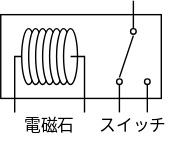
Above: RelayComputer/img/relay.drawio.svg in Next-MICON/Next-MOCON.github.io (draw.io), before the change. Source tidied: cells renumbered, new cells last; positions are measured from the earlier drawing's top-left corner, leaving out a move shared by most shapes. The source it was exported from:
```xml
<mxGraphModel>
  <root>
    <mxCell id="0" />
    <mxCell id="1" parent="0" />
    <mxCell id="2" style="rounded=0;whiteSpace=wrap;html=1;fillColor=none;direction=north;" parent="1" vertex="1">
      <mxGeometry y="10" width="115" height="60" as="geometry" />
    </mxCell>
    <mxCell id="3" style="ellipse;whiteSpace=wrap;html=1;direction=north;" parent="1" vertex="1">
      <mxGeometry x="15" y="20" width="10" height="40" as="geometry" />
    </mxCell>
    <mxCell id="4" value="電磁石" style="text;html=1;strokeColor=none;fillColor=none;align=center;verticalAlign=middle;whiteSpace=wrap;rounded=0;rotation=0;" parent="1" vertex="1">
      <mxGeometry x="15" y="80" width="40" height="20" as="geometry" />
    </mxCell>
    <mxCell id="5" style="ellipse;whiteSpace=wrap;html=1;fillColor=#FFFFFF;" parent="1" vertex="1">
      <mxGeometry x="83" y="56" width="4" height="4" as="geometry" />
    </mxCell>
    <mxCell id="6" style="ellipse;whiteSpace=wrap;html=1;fillColor=#FFFFFF;" parent="1" vertex="1">
      <mxGeometry x="93" y="20" width="4" height="4" as="geometry" />
    </mxCell>
    <mxCell id="7" style="ellipse;whiteSpace=wrap;html=1;fillColor=#FFFFFF;" parent="1" vertex="1">
      <mxGeometry x="103" y="56" width="4" height="4" as="geometry" />
    </mxCell>
    <mxCell id="8" value="スイッチ" style="text;html=1;strokeColor=none;fillColor=none;align=center;verticalAlign=middle;whiteSpace=wrap;rounded=0;rotation=0;" parent="1" vertex="1">
      <mxGeometry x="65" y="80" width="60" height="20" as="geometry" />
    </mxCell>
    <mxCell id="9" style="ellipse;whiteSpace=wrap;html=1;direction=north;" parent="1" vertex="1">
      <mxGeometry x="20" y="20" width="10" height="40" as="geometry" />
    </mxCell>
    <mxCell id="10" style="ellipse;whiteSpace=wrap;html=1;direction=north;" parent="1" vertex="1">
      <mxGeometry x="25" y="20" width="10" height="40" as="geometry" />
    </mxCell>
    <mxCell id="11" style="ellipse;whiteSpace=wrap;html=1;direction=north;" parent="1" vertex="1">
      <mxGeometry x="30" y="20" width="10" height="40" as="geometry" />
    </mxCell>
    <mxCell id="12" style="ellipse;whiteSpace=wrap;html=1;direction=north;" parent="1" vertex="1">
      <mxGeometry x="35" y="20" width="10" height="40" as="geometry" />
    </mxCell>
    <mxCell id="13" style="ellipse;whiteSpace=wrap;html=1;direction=north;" parent="1" vertex="1">
      <mxGeometry x="40" y="20" width="10" height="40" as="geometry" />
    </mxCell>
    <mxCell id="14" style="endArrow=none;html=1;rounded=0;" parent="1" edge="1">
      <mxGeometry relative="1" as="geometry">
        <mxPoint x="10" y="80" as="sourcePoint" />
        <mxPoint x="15" y="40" as="targetPoint" />
        <Array as="points">
          <mxPoint x="10" y="40" />
        </Array>
      </mxGeometry>
    </mxCell>
    <mxCell id="15" style="ellipse;whiteSpace=wrap;html=1;direction=north;" parent="1" vertex="1">
      <mxGeometry x="45" y="20" width="10" height="40" as="geometry" />
    </mxCell>
    <mxCell id="16" style="endArrow=none;html=1;rounded=0;" parent="1" edge="1">
      <mxGeometry relative="1" as="geometry">
        <mxPoint x="50" y="40" as="sourcePoint" />
        <mxPoint x="60" y="80" as="targetPoint" />
        <Array as="points">
          <mxPoint x="60" y="40" />
        </Array>
      </mxGeometry>
    </mxCell>
    <mxCell id="17" style="endArrow=none;html=1;" parent="1" edge="1">
      <mxGeometry relative="1" as="geometry">
        <mxPoint x="85" y="80" as="sourcePoint" />
        <mxPoint x="85" y="60" as="targetPoint" />
      </mxGeometry>
    </mxCell>
    <mxCell id="18" style="endArrow=none;html=1;" parent="1" edge="1">
      <mxGeometry relative="1" as="geometry">
        <mxPoint x="105" y="80" as="sourcePoint" />
        <mxPoint x="105" y="60" as="targetPoint" />
      </mxGeometry>
    </mxCell>
    <mxCell id="19" style="endArrow=none;html=1;" parent="1" edge="1">
      <mxGeometry relative="1" as="geometry">
        <mxPoint x="95" y="20" as="sourcePoint" />
        <mxPoint x="95" as="targetPoint" />
      </mxGeometry>
    </mxCell>
    <mxCell id="20" style="endArrow=none;html=1;" parent="1" edge="1">
      <mxGeometry relative="1" as="geometry">
        <mxPoint x="85" y="55" as="sourcePoint" />
        <mxPoint x="95" y="25" as="targetPoint" />
      </mxGeometry>
    </mxCell>
  </root>
</mxGraphModel>
```
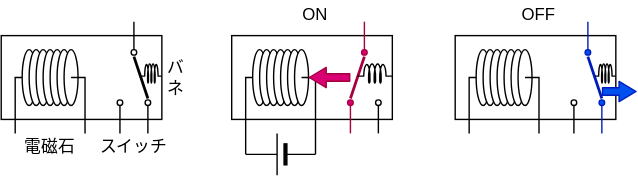
After the change.

Change to the diagram source:
```diff
@@ -77,11 +77,194 @@
         <mxPoint x="95" as="targetPoint" />
       </mxGeometry>
     </mxCell>
-    <mxCell id="20" style="endArrow=none;html=1;" parent="1" edge="1">
+    <mxCell id="20" style="endArrow=none;html=1;strokeWidth=2;" parent="1" edge="1">
       <mxGeometry relative="1" as="geometry">
-        <mxPoint x="85" y="55" as="sourcePoint" />
+        <mxPoint x="105" y="55" as="sourcePoint" />
         <mxPoint x="95" y="25" as="targetPoint" />
       </mxGeometry>
     </mxCell>
+    <mxCell id="21" style="rounded=0;whiteSpace=wrap;html=1;fillColor=none;direction=north;" parent="1" vertex="1">
+      <mxGeometry x="165" y="10" width="115" height="60" as="geometry" />
+    </mxCell>
+    <mxCell id="22" style="ellipse;whiteSpace=wrap;html=1;direction=north;" parent="1" vertex="1">
+      <mxGeometry x="180" y="20" width="10" height="40" as="geometry" />
+    </mxCell>
+    <mxCell id="23" style="ellipse;whiteSpace=wrap;html=1;fillColor=#d80073;strokeColor=#A50040;fontColor=#ffffff;" parent="1" vertex="1">
+      <mxGeometry x="248" y="56" width="4" height="4" as="geometry" />
+    </mxCell>
+    <mxCell id="24" style="ellipse;whiteSpace=wrap;html=1;fillColor=#d80073;strokeColor=#A50040;fontColor=#ffffff;" parent="1" vertex="1">
+      <mxGeometry x="258" y="20" width="4" height="4" as="geometry" />
+    </mxCell>
+    <mxCell id="25" style="ellipse;whiteSpace=wrap;html=1;fillColor=#FFFFFF;" parent="1" vertex="1">
+      <mxGeometry x="268" y="56" width="4" height="4" as="geometry" />
+    </mxCell>
+    <mxCell id="26" style="ellipse;whiteSpace=wrap;html=1;direction=north;" parent="1" vertex="1">
+      <mxGeometry x="185" y="20" width="10" height="40" as="geometry" />
+    </mxCell>
+    <mxCell id="27" style="ellipse;whiteSpace=wrap;html=1;direction=north;" parent="1" vertex="1">
+      <mxGeometry x="190" y="20" width="10" height="40" as="geometry" />
+    </mxCell>
+    <mxCell id="28" style="ellipse;whiteSpace=wrap;html=1;direction=north;" parent="1" vertex="1">
+      <mxGeometry x="195" y="20" width="10" height="40" as="geometry" />
+    </mxCell>
+    <mxCell id="29" style="ellipse;whiteSpace=wrap;html=1;direction=north;" parent="1" vertex="1">
+      <mxGeometry x="200" y="20" width="10" height="40" as="geometry" />
+    </mxCell>
+    <mxCell id="30" style="ellipse;whiteSpace=wrap;html=1;direction=north;" parent="1" vertex="1">
+      <mxGeometry x="205" y="20" width="10" height="40" as="geometry" />
+    </mxCell>
+    <mxCell id="31" style="endArrow=none;html=1;rounded=0;" parent="1" edge="1">
+      <mxGeometry relative="1" as="geometry">
+        <mxPoint x="175" y="95" as="sourcePoint" />
+        <mxPoint x="180" y="40" as="targetPoint" />
+        <Array as="points">
+          <mxPoint x="175" y="40" />
+        </Array>
+      </mxGeometry>
+    </mxCell>
+    <mxCell id="32" style="ellipse;whiteSpace=wrap;html=1;direction=north;" parent="1" vertex="1">
+      <mxGeometry x="210" y="20" width="10" height="40" as="geometry" />
+    </mxCell>
+    <mxCell id="33" style="endArrow=none;html=1;rounded=0;" parent="1" edge="1">
+      <mxGeometry relative="1" as="geometry">
+        <mxPoint x="215" y="40" as="sourcePoint" />
+        <mxPoint x="225" y="95" as="targetPoint" />
+        <Array as="points">
+          <mxPoint x="225" y="40" />
+        </Array>
+      </mxGeometry>
+    </mxCell>
+    <mxCell id="34" style="endArrow=none;html=1;fillColor=#d80073;strokeColor=#A50040;strokeWidth=1;" parent="1" edge="1">
+      <mxGeometry relative="1" as="geometry">
+        <mxPoint x="250" y="80" as="sourcePoint" />
+        <mxPoint x="250" y="60" as="targetPoint" />
+      </mxGeometry>
+    </mxCell>
+    <mxCell id="35" style="endArrow=none;html=1;strokeWidth=1;" parent="1" edge="1">
+      <mxGeometry relative="1" as="geometry">
+        <mxPoint x="270" y="80" as="sourcePoint" />
+        <mxPoint x="270" y="60" as="targetPoint" />
+      </mxGeometry>
+    </mxCell>
+    <mxCell id="36" style="endArrow=none;html=1;fillColor=#d80073;strokeColor=#A50040;strokeWidth=1;" parent="1" edge="1">
+      <mxGeometry relative="1" as="geometry">
+        <mxPoint x="260" y="20" as="sourcePoint" />
+        <mxPoint x="260" as="targetPoint" />
+      </mxGeometry>
+    </mxCell>
+    <mxCell id="37" style="endArrow=none;html=1;fillColor=#d80073;strokeColor=#A50040;strokeWidth=2;" parent="1" edge="1">
+      <mxGeometry relative="1" as="geometry">
+        <mxPoint x="250" y="55" as="sourcePoint" />
+        <mxPoint x="260" y="25" as="targetPoint" />
+      </mxGeometry>
+    </mxCell>
+    <mxCell id="38" style="verticalLabelPosition=bottom;shadow=0;dashed=0;align=center;html=1;verticalAlign=top;shape=mxgraph.electrical.inductors.inductor_5;" parent="1" vertex="1">
+      <mxGeometry x="100" y="30" width="15" height="14" as="geometry" />
+    </mxCell>
+    <mxCell id="39" style="verticalLabelPosition=bottom;shadow=0;dashed=0;align=center;fillColor=#000000;html=1;verticalAlign=top;strokeWidth=1;shape=mxgraph.electrical.miscellaneous.monocell_battery;direction=west;" parent="1" vertex="1">
+      <mxGeometry x="175" y="80" width="50" height="30" as="geometry" />
+    </mxCell>
+    <mxCell id="40" style="verticalLabelPosition=bottom;shadow=0;dashed=0;align=center;html=1;verticalAlign=top;shape=mxgraph.electrical.inductors.inductor_5;" parent="1" vertex="1">
+      <mxGeometry x="255" y="30" width="25" height="14" as="geometry" />
+    </mxCell>
+    <mxCell id="41" style="shape=flexArrow;endArrow=classic;html=1;fillColor=#d80073;strokeColor=#A50040;width=5.32258064516129;endSize=3.7274193548387093;endWidth=8.173777315296567;" parent="1" edge="1">
+      <mxGeometry relative="1" as="geometry">
+        <mxPoint x="250" y="40" as="sourcePoint" />
+        <mxPoint x="220" y="40" as="targetPoint" />
+      </mxGeometry>
+    </mxCell>
+    <mxCell id="42" style="rounded=0;whiteSpace=wrap;html=1;fillColor=none;direction=north;" parent="1" vertex="1">
+      <mxGeometry x="325" y="10" width="115" height="60" as="geometry" />
+    </mxCell>
+    <mxCell id="43" style="ellipse;whiteSpace=wrap;html=1;direction=north;" parent="1" vertex="1">
+      <mxGeometry x="340" y="20" width="10" height="40" as="geometry" />
+    </mxCell>
+    <mxCell id="44" style="ellipse;whiteSpace=wrap;html=1;fillColor=#FFFFFF;" parent="1" vertex="1">
+      <mxGeometry x="408" y="56" width="4" height="4" as="geometry" />
+    </mxCell>
+    <mxCell id="45" style="ellipse;whiteSpace=wrap;html=1;fillColor=#0050ef;strokeColor=#001DBC;fontColor=#ffffff;" parent="1" vertex="1">
+      <mxGeometry x="418" y="20" width="4" height="4" as="geometry" />
+    </mxCell>
+    <mxCell id="46" style="ellipse;whiteSpace=wrap;html=1;fillColor=#0050ef;strokeColor=#001DBC;fontColor=#ffffff;" parent="1" vertex="1">
+      <mxGeometry x="428" y="56" width="4" height="4" as="geometry" />
+    </mxCell>
+    <mxCell id="47" style="ellipse;whiteSpace=wrap;html=1;direction=north;" parent="1" vertex="1">
+      <mxGeometry x="345" y="20" width="10" height="40" as="geometry" />
+    </mxCell>
+    <mxCell id="48" style="ellipse;whiteSpace=wrap;html=1;direction=north;" parent="1" vertex="1">
+      <mxGeometry x="350" y="20" width="10" height="40" as="geometry" />
+    </mxCell>
+    <mxCell id="49" style="ellipse;whiteSpace=wrap;html=1;direction=north;" parent="1" vertex="1">
+      <mxGeometry x="355" y="20" width="10" height="40" as="geometry" />
+    </mxCell>
+    <mxCell id="50" style="ellipse;whiteSpace=wrap;html=1;direction=north;" parent="1" vertex="1">
+      <mxGeometry x="360" y="20" width="10" height="40" as="geometry" />
+    </mxCell>
+    <mxCell id="51" style="ellipse;whiteSpace=wrap;html=1;direction=north;" parent="1" vertex="1">
+      <mxGeometry x="365" y="20" width="10" height="40" as="geometry" />
+    </mxCell>
+    <mxCell id="52" style="endArrow=none;html=1;rounded=0;" parent="1" edge="1">
+      <mxGeometry relative="1" as="geometry">
+        <mxPoint x="335" y="80" as="sourcePoint" />
+        <mxPoint x="340" y="40" as="targetPoint" />
+        <Array as="points">
+          <mxPoint x="335" y="40" />
+        </Array>
+      </mxGeometry>
+    </mxCell>
+    <mxCell id="53" style="ellipse;whiteSpace=wrap;html=1;direction=north;" parent="1" vertex="1">
+      <mxGeometry x="370" y="20" width="10" height="40" as="geometry" />
+    </mxCell>
+    <mxCell id="54" style="endArrow=none;html=1;rounded=0;" parent="1" edge="1">
+      <mxGeometry relative="1" as="geometry">
+        <mxPoint x="375" y="40" as="sourcePoint" />
+        <mxPoint x="385" y="80" as="targetPoint" />
+        <Array as="points">
+          <mxPoint x="385" y="40" />
+        </Array>
+      </mxGeometry>
+    </mxCell>
+    <mxCell id="55" style="endArrow=none;html=1;" parent="1" edge="1">
+      <mxGeometry relative="1" as="geometry">
+        <mxPoint x="410" y="80" as="sourcePoint" />
+        <mxPoint x="410" y="60" as="targetPoint" />
+      </mxGeometry>
+    </mxCell>
+    <mxCell id="56" style="endArrow=none;html=1;fillColor=#0050ef;strokeColor=#001DBC;" parent="1" edge="1">
+      <mxGeometry relative="1" as="geometry">
+        <mxPoint x="430" y="80" as="sourcePoint" />
+        <mxPoint x="430" y="60" as="targetPoint" />
+      </mxGeometry>
+    </mxCell>
+    <mxCell id="57" style="endArrow=none;html=1;fillColor=#0050ef;strokeColor=#001DBC;" parent="1" edge="1">
+      <mxGeometry relative="1" as="geometry">
+        <mxPoint x="420" y="20" as="sourcePoint" />
+        <mxPoint x="420" as="targetPoint" />
+      </mxGeometry>
+    </mxCell>
+    <mxCell id="58" style="endArrow=none;html=1;strokeWidth=2;fillColor=#0050ef;strokeColor=#001DBC;" parent="1" edge="1">
+      <mxGeometry relative="1" as="geometry">
+        <mxPoint x="430" y="55" as="sourcePoint" />
+        <mxPoint x="420" y="25" as="targetPoint" />
+      </mxGeometry>
+    </mxCell>
+    <mxCell id="59" style="verticalLabelPosition=bottom;shadow=0;dashed=0;align=center;html=1;verticalAlign=top;shape=mxgraph.electrical.inductors.inductor_5;" parent="1" vertex="1">
+      <mxGeometry x="425" y="30" width="15" height="14" as="geometry" />
+    </mxCell>
+    <mxCell id="60" style="shape=flexArrow;endArrow=classic;html=1;fillColor=#0050ef;strokeColor=#001DBC;width=5.32258064516129;endSize=3.7274193548387093;endWidth=8.173777315296567;" parent="1" edge="1">
+      <mxGeometry relative="1" as="geometry">
+        <mxPoint x="430" y="50" as="sourcePoint" />
+        <mxPoint x="455" y="50" as="targetPoint" />
+      </mxGeometry>
+    </mxCell>
+    <mxCell id="61" value="バネ" style="text;html=1;strokeColor=none;fillColor=none;align=center;verticalAlign=middle;whiteSpace=wrap;rounded=0;rotation=0;" parent="1" vertex="1">
+      <mxGeometry x="115" y="25" width="20" height="30" as="geometry" />
+    </mxCell>
+    <mxCell id="62" value="ON" style="text;html=1;strokeColor=none;fillColor=none;align=center;verticalAlign=middle;whiteSpace=wrap;rounded=0;" parent="1" vertex="1">
+      <mxGeometry x="205" y="-15" width="40" height="20" as="geometry" />
+    </mxCell>
+    <mxCell id="63" value="OFF" style="text;html=1;strokeColor=none;fillColor=none;align=center;verticalAlign=middle;whiteSpace=wrap;rounded=0;" parent="1" vertex="1">
+      <mxGeometry x="365" y="-15" width="40" height="20" as="geometry" />
+    </mxCell>
   </root>
 </mxGraphModel>
```
